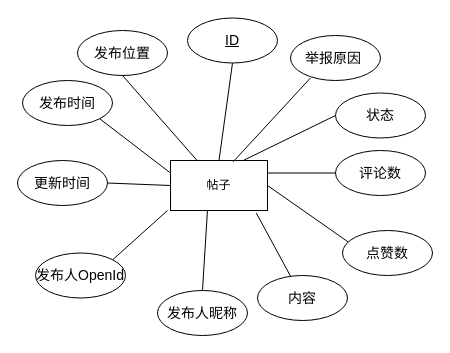
Before: 帖子实体图.drawio in geoffrey-h/code, a draw.io diagram. Source tidied: cells renumbered, new cells numbered last; positions are measured from the earlier drawing's top-left corner, leaving out a move shared by most shapes. Both pictures are drawn from the tidied source at 100%, with x=0, y=0 at pixel (17, 18).
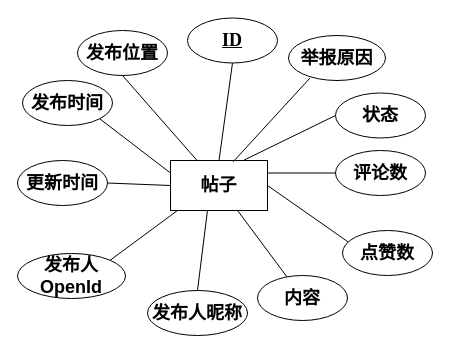
Above is the later version.

Commit message:
更新帖子实体图.drawio

The edit, as a diff of the source:
```diff
@@
-    <mxCell id="2" value="&lt;font style=&quot;font-size: 14px&quot;&gt;发布时间&lt;/font&gt;" style="ellipse;whiteSpace=wrap;html=1;" parent="1" vertex="1">
+    <mxCell id="2" value="&lt;font style=&quot;font-size: 18px&quot; face=&quot;宋体&quot;&gt;&lt;b&gt;发布时间&lt;/b&gt;&lt;/font&gt;" style="ellipse;whiteSpace=wrap;html=1;" parent="1" vertex="1">
       <mxGeometry x="5" y="62" width="90" height="45" as="geometry" />
     </mxCell>
-    <mxCell id="3" value="帖子" style="rounded=0;whiteSpace=wrap;html=1;" parent="1" vertex="1">
+    <mxCell id="3" value="&lt;font style=&quot;font-size: 18px&quot; face=&quot;宋体&quot;&gt;&lt;b&gt;帖子&lt;/b&gt;&lt;/font&gt;" style="rounded=0;whiteSpace=wrap;html=1;" parent="1" vertex="1">
       <mxGeometry x="153" y="142" width="97" height="50" as="geometry" />
     </mxCell>
-    <mxCell id="4" value="&lt;font style=&quot;font-size: 14px&quot;&gt;更新时间&lt;/font&gt;" style="ellipse;whiteSpace=wrap;html=1;" parent="1" vertex="1">
+    <mxCell id="4" value="&lt;font style=&quot;font-size: 18px&quot; face=&quot;宋体&quot;&gt;&lt;b&gt;更新时间&lt;/b&gt;&lt;/font&gt;" style="ellipse;whiteSpace=wrap;html=1;" parent="1" vertex="1">
       <mxGeometry y="142" width="90" height="45" as="geometry" />
     </mxCell>
-    <mxCell id="5" value="&lt;font style=&quot;font-size: 14px&quot;&gt;发布人OpenId&lt;/font&gt;" style="ellipse;whiteSpace=wrap;html=1;" parent="1" vertex="1">
-      <mxGeometry x="18" y="234.5" width="90" height="45" as="geometry" />
+    <mxCell id="5" value="&lt;font style=&quot;font-size: 18px&quot; face=&quot;宋体&quot;&gt;&lt;b&gt;发布人OpenId&lt;/b&gt;&lt;/font&gt;" style="ellipse;whiteSpace=wrap;html=1;" parent="1" vertex="1">
+      <mxGeometry y="235" width="108" height="45" as="geometry" />
     </mxCell>
-    <mxCell id="6" value="&lt;font style=&quot;font-size: 14px&quot;&gt;发布人昵称&lt;/font&gt;" style="ellipse;whiteSpace=wrap;html=1;" parent="1" vertex="1">
-      <mxGeometry x="140" y="272" width="90" height="45" as="geometry" />
+    <mxCell id="6" value="&lt;font style=&quot;font-size: 18px&quot; face=&quot;宋体&quot;&gt;&lt;b&gt;发布人昵称&lt;/b&gt;&lt;/font&gt;" style="ellipse;whiteSpace=wrap;html=1;" parent="1" vertex="1">
+      <mxGeometry x="130" y="272" width="100" height="45" as="geometry" />
     </mxCell>
-    <mxCell id="7" value="&lt;font style=&quot;font-size: 14px&quot;&gt;内容&lt;/font&gt;" style="ellipse;whiteSpace=wrap;html=1;" parent="1" vertex="1">
+    <mxCell id="7" value="&lt;font style=&quot;font-size: 18px&quot; face=&quot;宋体&quot;&gt;&lt;b&gt;内容&lt;/b&gt;&lt;/font&gt;" style="ellipse;whiteSpace=wrap;html=1;" parent="1" vertex="1">
       <mxGeometry x="240" y="257" width="90" height="45" as="geometry" />
     </mxCell>
-    <mxCell id="8" value="&lt;font style=&quot;font-size: 14px&quot;&gt;点赞数&lt;/font&gt;" style="ellipse;whiteSpace=wrap;html=1;" parent="1" vertex="1">
+    <mxCell id="8" value="&lt;font style=&quot;font-size: 18px&quot; face=&quot;宋体&quot;&gt;&lt;b&gt;点赞数&lt;/b&gt;&lt;/font&gt;" style="ellipse;whiteSpace=wrap;html=1;" parent="1" vertex="1">
       <mxGeometry x="325" y="212" width="90" height="45" as="geometry" />
     </mxCell>
-    <mxCell id="9" value="&lt;font style=&quot;font-size: 14px&quot;&gt;评论数&lt;/font&gt;" style="ellipse;whiteSpace=wrap;html=1;" parent="1" vertex="1">
+    <mxCell id="9" value="&lt;font style=&quot;font-size: 18px&quot; face=&quot;宋体&quot;&gt;&lt;b&gt;评论数&lt;/b&gt;&lt;/font&gt;" style="ellipse;whiteSpace=wrap;html=1;" parent="1" vertex="1">
       <mxGeometry x="318" y="132" width="90" height="45" as="geometry" />
     </mxCell>
-    <mxCell id="10" value="&lt;font style=&quot;font-size: 14px&quot;&gt;状态&lt;/font&gt;" style="ellipse;whiteSpace=wrap;html=1;" parent="1" vertex="1">
+    <mxCell id="10" value="&lt;font style=&quot;font-size: 18px&quot; face=&quot;宋体&quot;&gt;&lt;b&gt;状态&lt;/b&gt;&lt;/font&gt;" style="ellipse;whiteSpace=wrap;html=1;" parent="1" vertex="1">
       <mxGeometry x="318" y="74.5" width="90" height="45" as="geometry" />
     </mxCell>
-    <mxCell id="11" value="&lt;font style=&quot;font-size: 14px&quot;&gt;举报原因&amp;nbsp;&lt;/font&gt;" style="ellipse;whiteSpace=wrap;html=1;" parent="1" vertex="1">
-      <mxGeometry x="273" y="17" width="90" height="45" as="geometry" />
+    <mxCell id="11" value="&lt;font style=&quot;font-size: 18px&quot; face=&quot;宋体&quot;&gt;&lt;b&gt;举报原因&lt;/b&gt;&lt;/font&gt;" style="ellipse;whiteSpace=wrap;html=1;" parent="1" vertex="1">
+      <mxGeometry x="271" y="17" width="97" height="45" as="geometry" />
     </mxCell>
-    <mxCell id="12" value="&lt;font style=&quot;font-size: 14px&quot;&gt;发布位置&lt;/font&gt;" style="ellipse;whiteSpace=wrap;html=1;" parent="1" vertex="1">
+    <mxCell id="12" value="&lt;font style=&quot;font-size: 18px&quot; face=&quot;宋体&quot;&gt;&lt;b&gt;发布位置&lt;/b&gt;&lt;/font&gt;" style="ellipse;whiteSpace=wrap;html=1;" parent="1" vertex="1">
       <mxGeometry x="60" y="12" width="90" height="45" as="geometry" />
     </mxCell>
@@
     <mxCell id="15" style="endArrow=none;html=1;exitX=1;exitY=0;exitDx=0;exitDy=0;" parent="1" edge="1" source="5">
       <mxGeometry relative="1" as="geometry">
-        <mxPoint x="150" y="192" as="targetPoint" />
+        <mxPoint x="160" y="192" as="targetPoint" />
       </mxGeometry>
     </mxCell>
@@
-    <mxCell id="17" style="endArrow=none;html=1;entryX=0.885;entryY=1.052;entryDx=0;entryDy=0;entryPerimeter=0;" parent="1" edge="1" source="7" target="3">
+    <mxCell id="17" style="endArrow=none;html=1;" parent="1" edge="1" source="7" target="3">
       <mxGeometry relative="1" as="geometry" />
     </mxCell>
@@
-    <mxCell id="23" value="&lt;font style=&quot;font-size: 14px&quot;&gt;&lt;u&gt;ID&lt;/u&gt;&lt;/font&gt;" style="ellipse;whiteSpace=wrap;html=1;" parent="1" vertex="1">
+    <mxCell id="23" value="&lt;font style=&quot;font-size: 18px&quot; face=&quot;Times new Roman&quot;&gt;&lt;u&gt;&lt;b&gt;ID&lt;/b&gt;&lt;/u&gt;&lt;/font&gt;" style="ellipse;whiteSpace=wrap;html=1;" parent="1" vertex="1">
       <mxGeometry x="170" y="-0.5" width="90" height="45" as="geometry" />
     </mxCell>
```
